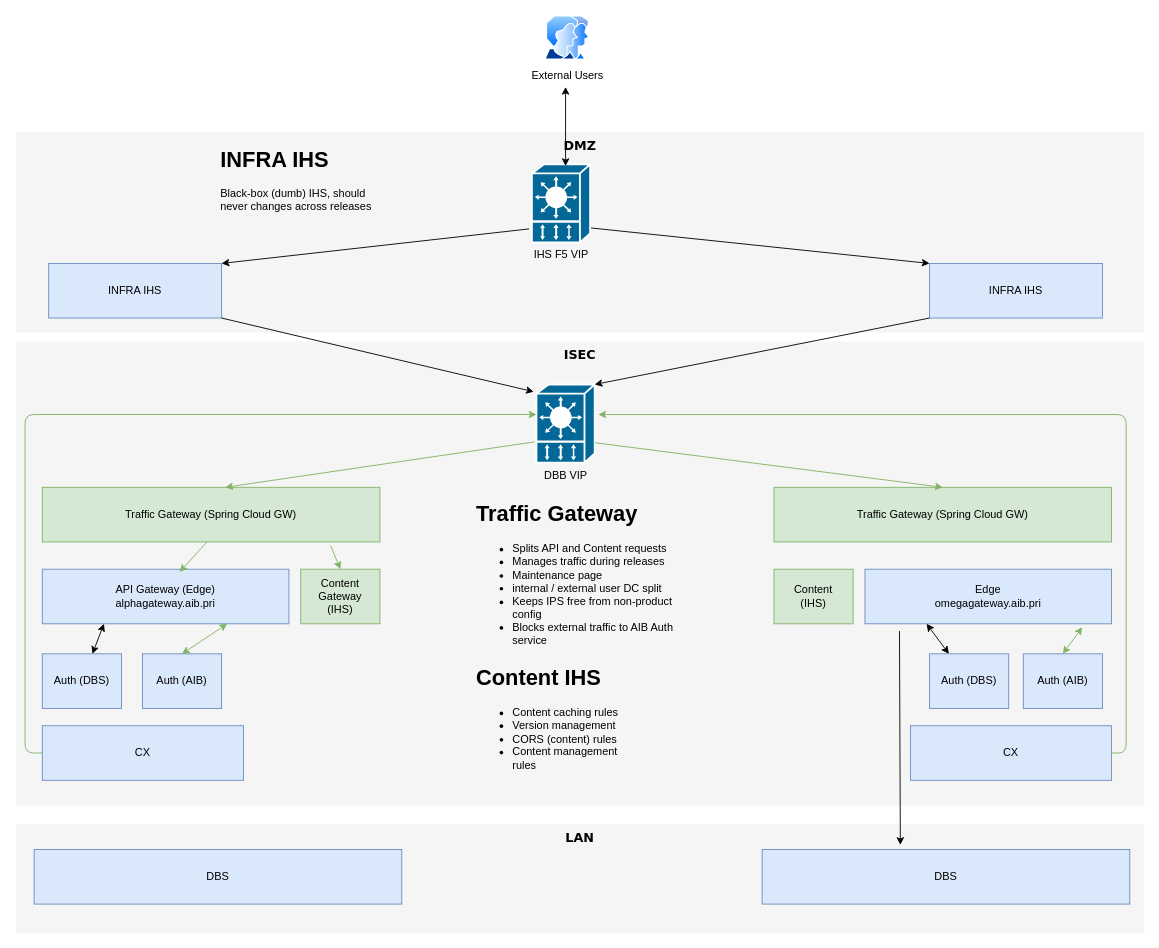
This is src/main/resources/to-be-traffic-management-option-2.drawio from hughrossdublin/cardsproxy, a draw.io file, before an edit. Source tidied: cells renumbered, new cells numbered last; positions are measured from the earlier drawing's top-left corner, leaving out a move shared by most shapes. Both pictures are drawn from the tidied source at 91%, with x=0, y=0 at pixel (15, 15).
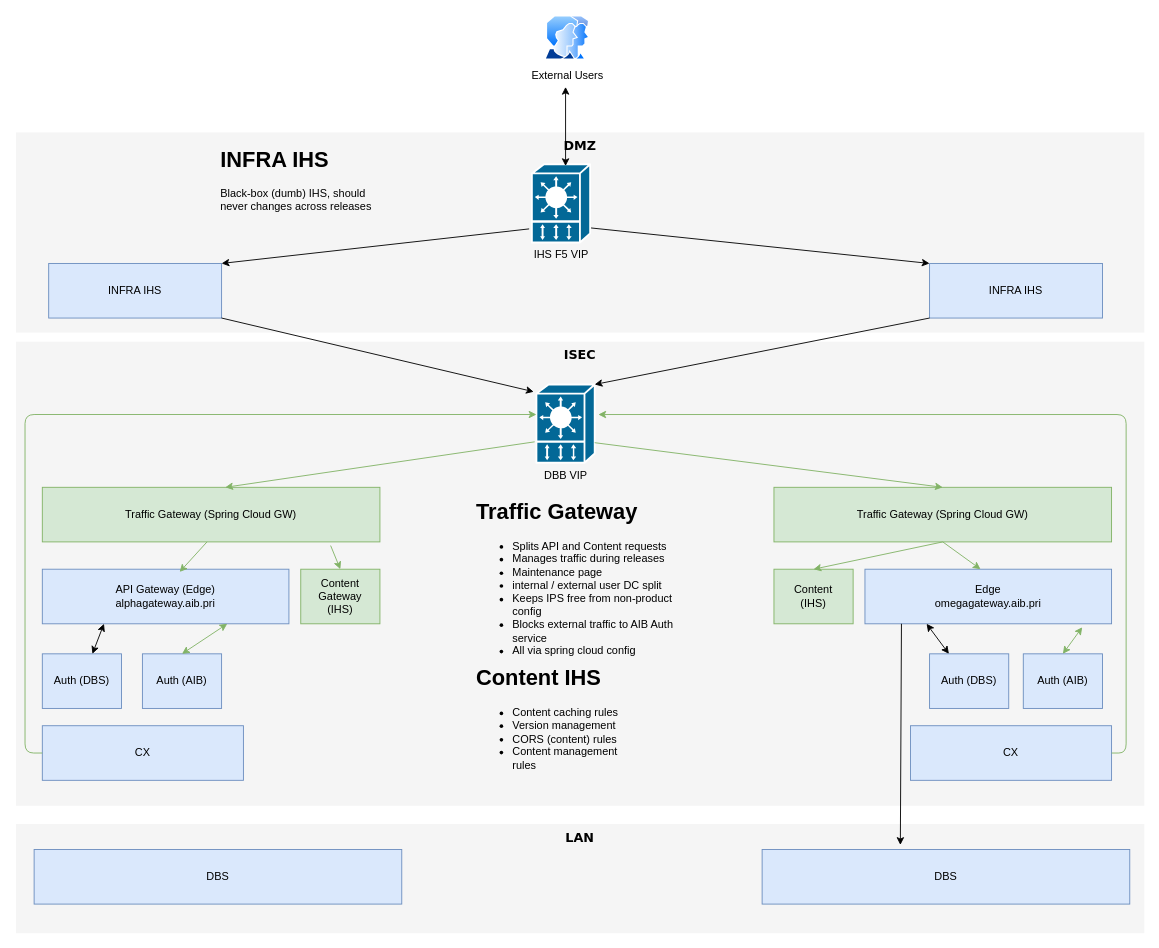
The same diagram, later.

The change refers to these unchanged cells:
```xml
<mxCell id="10" value="Edge&lt;br&gt;omegagateway.aib.pri" style="rounded=0;whiteSpace=wrap;html=1;strokeColor=#6c8ebf;fillColor=#dae8fc;" parent="1" vertex="1">
  <mxGeometry x="933" y="608" width="271" height="60" as="geometry" />
</mxCell>
<mxCell id="25" value="DBS" style="rounded=0;whiteSpace=wrap;html=1;fillColor=#dae8fc;strokeColor=#6c8ebf;" parent="1" vertex="1">
  <mxGeometry x="820" y="916" width="404" height="60" as="geometry" />
</mxCell>
<mxCell id="29" value="Content &lt;br&gt;(IHS)" style="rounded=0;whiteSpace=wrap;html=1;fillColor=#d5e8d4;strokeColor=#82b366;" parent="1" vertex="1">
  <mxGeometry x="833" y="608" width="87" height="60" as="geometry" />
</mxCell>
<mxCell id="38" value="Traffic Gateway (Spring Cloud GW)" style="rounded=0;whiteSpace=wrap;html=1;fillColor=#d5e8d4;strokeColor=#82b366;" parent="1" vertex="1">
  <mxGeometry x="833" y="518" width="371" height="60" as="geometry" />
</mxCell>
```

What changed in the source:
```diff
@@
-    <mxCell id="35" style="endArrow=classic;startArrow=none;html=1;startFill=0;entryX=0.376;entryY=-0.083;entryDx=0;entryDy=0;entryPerimeter=0;exitX=0.14;exitY=1.133;exitDx=0;exitDy=0;exitPerimeter=0;" parent="1" edge="1" source="10" target="25">
+    <mxCell id="35" style="endArrow=classic;startArrow=none;html=1;startFill=0;entryX=0.376;entryY=-0.083;entryDx=0;entryDy=0;entryPerimeter=0;exitX=0.148;exitY=1;exitDx=0;exitDy=0;exitPerimeter=0;" parent="1" edge="1" source="10" target="25">
       <mxGeometry relative="1" as="geometry" />
     </mxCell>
@@
-    <mxCell id="41" value="&lt;h1&gt;Traffic Gateway&lt;/h1&gt;&lt;p&gt;&lt;/p&gt;&lt;ul&gt;&lt;li&gt;&lt;span&gt;Splits API and Content requests&lt;/span&gt;&lt;br&gt;&lt;/li&gt;&lt;li&gt;Manages traffic during releases&lt;/li&gt;&lt;li&gt;Maintenance page&lt;/li&gt;&lt;li&gt;internal / external user DC split&lt;/li&gt;&lt;li&gt;Keeps IPS free from non-product config&lt;/li&gt;&lt;li&gt;Blocks external traffic to AIB Auth service&lt;/li&gt;&lt;/ul&gt;&lt;p&gt;&lt;/p&gt;" style="text;html=1;strokeColor=none;fillColor=none;spacing=5;spacingTop=-20;whiteSpace=wrap;overflow=hidden;rounded=0;" parent="1" vertex="1">
-      <mxGeometry x="501" y="528" width="249" height="170" as="geometry" />
+    <mxCell id="41" value="&lt;h1&gt;Traffic Gateway&lt;/h1&gt;&lt;p&gt;&lt;/p&gt;&lt;ul&gt;&lt;li&gt;&lt;span&gt;Splits API and Content requests&lt;/span&gt;&lt;br&gt;&lt;/li&gt;&lt;li&gt;Manages traffic during releases&lt;/li&gt;&lt;li&gt;Maintenance page&lt;/li&gt;&lt;li&gt;internal / external user DC split&lt;/li&gt;&lt;li&gt;Keeps IPS free from non-product config&lt;/li&gt;&lt;li&gt;Blocks external traffic to AIB Auth service&lt;/li&gt;&lt;li&gt;All via spring cloud config&lt;/li&gt;&lt;/ul&gt;&lt;p&gt;&lt;/p&gt;" style="text;html=1;strokeColor=none;fillColor=none;spacing=5;spacingTop=-20;whiteSpace=wrap;overflow=hidden;rounded=0;" parent="1" vertex="1">
+      <mxGeometry x="501" y="525" width="249" height="180" as="geometry" />
     </mxCell>
@@
+    <mxCell id="43" style="endArrow=classic;html=1;entryX=0.5;entryY=0;entryDx=0;entryDy=0;exitX=0.5;exitY=1;exitDx=0;exitDy=0;fillColor=#d5e8d4;strokeColor=#82b366;" parent="1" edge="1" source="38" target="29">
+      <mxGeometry relative="1" as="geometry" />
+    </mxCell>
+    <mxCell id="44" style="endArrow=classic;html=1;exitX=0.5;exitY=1;exitDx=0;exitDy=0;fillColor=#d5e8d4;strokeColor=#82b366;" parent="1" edge="1" source="38">
+      <mxGeometry relative="1" as="geometry">
+        <mxPoint x="1060" y="608" as="targetPoint" />
+      </mxGeometry>
+    </mxCell>
```
